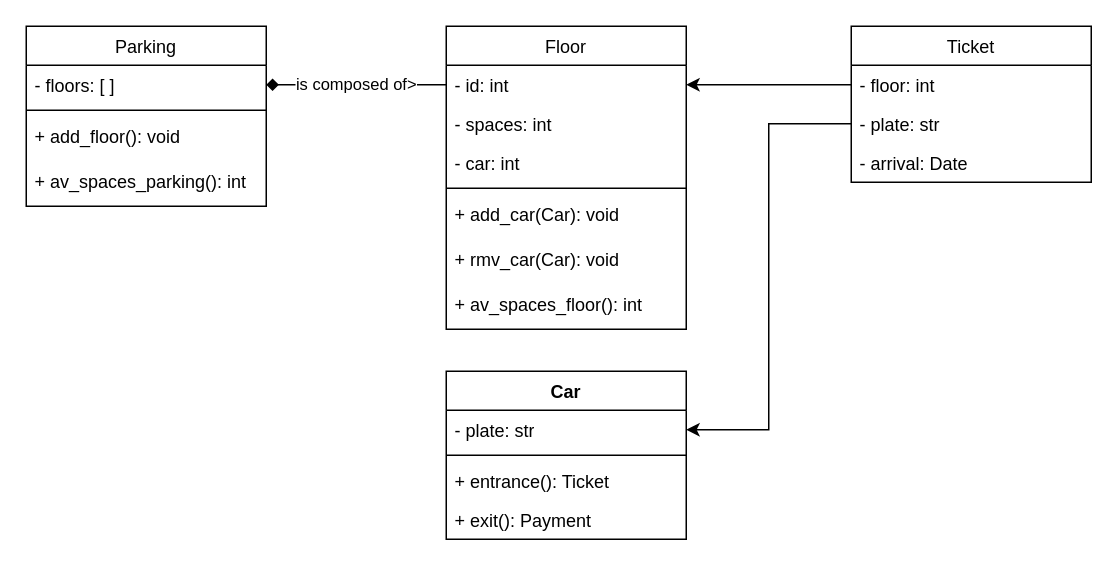
The draw.io diagram ParkEase.drawio in toruke/2tm1_ParkEase, before the edit. Source tidied: cells renumbered, new cells numbered last; positions are measured from the earlier drawing's top-left corner, leaving out a move shared by most shapes. Both pictures are drawn from the tidied source at 150%, with x=0, y=0 at pixel (26, 26).
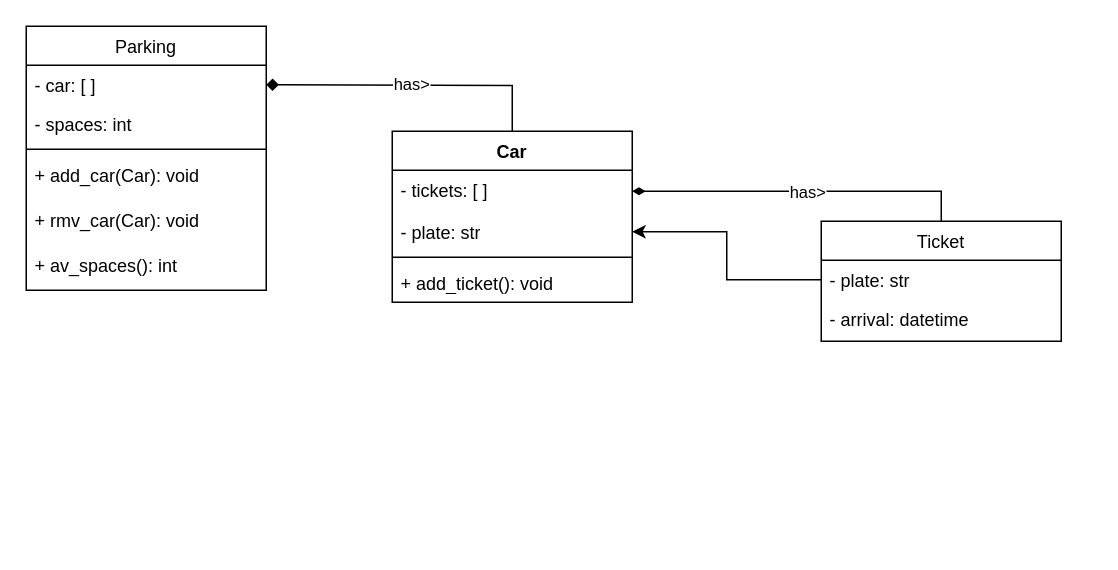
The same diagram, later.

Commit message:
UML mvp clement

Diff of the diagram source:
```diff
@@
     <mxCell id="2" value="Parking" style="swimlane;fontStyle=0;align=center;verticalAlign=top;horizontal=1;startSize=26;rounded=0;shadow=0;strokeWidth=1;" parent="1" vertex="1">
-      <mxGeometry width="160" height="120" as="geometry" />
+      <mxGeometry width="160" height="176" as="geometry" />
     </mxCell>
-    <mxCell id="3" value="- floors: [ ]" style="text;align=left;verticalAlign=top;spacingLeft=4;spacingRight=4;overflow=hidden;points=[[0,0.5],[1,0.5]];portConstraint=eastwest;" parent="2" vertex="1">
-      <mxGeometry y="26" width="160" height="26" as="geometry" />
-    </mxCell>
+    <mxCell id="10" value="- car: [ ]" style="text;align=left;verticalAlign=top;spacingLeft=4;spacingRight=4;overflow=hidden;" parent="2" vertex="1">
+      <mxGeometry y="26" width="160" height="26" as="geometry" />
+    </mxCell>
+    <mxCell id="9" value="- spaces: int" style="text;align=left;verticalAlign=top;spacingLeft=4;spacingRight=4;overflow=hidden;" parent="2" vertex="1">
+      <mxGeometry y="52" width="160" height="26" as="geometry" />
+    </mxCell>
     <mxCell id="4" style="line;html=1;strokeWidth=1;align=left;verticalAlign=middle;spacingTop=-1;spacingLeft=3;spacingRight=3;labelPosition=right;" parent="2" vertex="1">
-      <mxGeometry y="52" width="160" height="8" as="geometry" />
+      <mxGeometry y="78" width="160" height="8" as="geometry" />
     </mxCell>
-    <mxCell id="5" value="+ add_floor(): void" style="text;align=left;verticalAlign=top;spacingLeft=4;spacingRight=4;overflow=hidden;" parent="2" vertex="1">
-      <mxGeometry y="60" width="160" height="30" as="geometry" />
-    </mxCell>
-    <mxCell id="6" value="+ av_spaces_parking(): int" style="text;align=left;verticalAlign=top;spacingLeft=4;spacingRight=4;overflow=hidden;" parent="2" vertex="1">
-      <mxGeometry y="90" width="160" height="30" as="geometry" />
-    </mxCell>
-    <mxCell id="7" value="Floor" style="swimlane;fontStyle=0;align=center;verticalAlign=top;horizontal=1;startSize=26;rounded=0;shadow=0;strokeWidth=1;" parent="1" vertex="1">
-      <mxGeometry x="280" width="160" height="202" as="geometry" />
-    </mxCell>
-    <mxCell id="8" value="- id: int" style="text;align=left;verticalAlign=top;spacingLeft=4;spacingRight=4;overflow=hidden;points=[[0,0.5],[1,0.5]];portConstraint=eastwest;" parent="7" vertex="1">
-      <mxGeometry y="26" width="160" height="26" as="geometry" />
-    </mxCell>
-    <mxCell id="9" value="- spaces: int" style="text;align=left;verticalAlign=top;spacingLeft=4;spacingRight=4;overflow=hidden;" parent="7" vertex="1">
-      <mxGeometry y="52" width="160" height="26" as="geometry" />
-    </mxCell>
-    <mxCell id="10" value="- car: int" style="text;align=left;verticalAlign=top;spacingLeft=4;spacingRight=4;overflow=hidden;" parent="7" vertex="1">
-      <mxGeometry y="78" width="160" height="26" as="geometry" />
-    </mxCell>
-    <mxCell id="11" style="line;html=1;strokeWidth=1;align=left;verticalAlign=middle;spacingTop=-1;spacingLeft=3;spacingRight=3;labelPosition=right;" parent="7" vertex="1">
-      <mxGeometry y="104" width="160" height="8" as="geometry" />
-    </mxCell>
-    <mxCell id="12" value="+ add_car(Car): void" style="text;align=left;verticalAlign=top;spacingLeft=4;spacingRight=4;overflow=hidden;" parent="7" vertex="1">
-      <mxGeometry y="112" width="160" height="30" as="geometry" />
+    <mxCell id="12" value="+ add_car(Car): void" style="text;align=left;verticalAlign=top;spacingLeft=4;spacingRight=4;overflow=hidden;" parent="2" vertex="1">
+      <mxGeometry y="86" width="160" height="30" as="geometry" />
     </mxCell>
-    <mxCell id="13" value="+ rmv_car(Car): void" style="text;align=left;verticalAlign=top;spacingLeft=4;spacingRight=4;overflow=hidden;" parent="7" vertex="1">
-      <mxGeometry y="142" width="160" height="30" as="geometry" />
+    <mxCell id="13" value="+ rmv_car(Car): void" style="text;align=left;verticalAlign=top;spacingLeft=4;spacingRight=4;overflow=hidden;" parent="2" vertex="1">
+      <mxGeometry y="116" width="160" height="30" as="geometry" />
     </mxCell>
-    <mxCell id="14" value="+ av_spaces_floor(): int" style="text;align=left;verticalAlign=top;spacingLeft=4;spacingRight=4;overflow=hidden;" parent="7" vertex="1">
-      <mxGeometry y="172" width="160" height="30" as="geometry" />
-    </mxCell>
+    <mxCell id="6" value="+ av_spaces(): int" style="text;align=left;verticalAlign=top;spacingLeft=4;spacingRight=4;overflow=hidden;" parent="2" vertex="1">
+      <mxGeometry y="146" width="160" height="30" as="geometry" />
+    </mxCell>
     <mxCell id="15" value="Ticket" style="swimlane;fontStyle=0;align=center;verticalAlign=top;horizontal=1;startSize=26;rounded=0;shadow=0;strokeWidth=1;" parent="1" vertex="1">
-      <mxGeometry x="550" width="160" height="104" as="geometry" />
+      <mxGeometry x="530" y="130" width="160" height="80" as="geometry" />
     </mxCell>
-    <mxCell id="16" value="- floor: int" style="text;align=left;verticalAlign=top;spacingLeft=4;spacingRight=4;overflow=hidden;points=[[0,0.5],[1,0.5]];portConstraint=eastwest;" parent="15" vertex="1">
-      <mxGeometry y="26" width="160" height="26" as="geometry" />
-    </mxCell>
     <mxCell id="17" value="- plate: str" style="text;align=left;verticalAlign=top;spacingLeft=4;spacingRight=4;overflow=hidden;points=[[0,0.5],[1,0.5]];portConstraint=eastwest;" parent="15" vertex="1">
-      <mxGeometry y="52" width="160" height="26" as="geometry" />
+      <mxGeometry y="26" width="160" height="26" as="geometry" />
     </mxCell>
-    <mxCell id="18" value="- arrival: Date" style="text;align=left;verticalAlign=top;spacingLeft=4;spacingRight=4;overflow=hidden;" parent="15" vertex="1">
-      <mxGeometry y="78" width="160" height="26" as="geometry" />
+    <mxCell id="18" value="- arrival: datetime" style="text;align=left;verticalAlign=top;spacingLeft=4;spacingRight=4;overflow=hidden;" parent="15" vertex="1">
+      <mxGeometry y="52" width="160" height="26" as="geometry" />
     </mxCell>
-    <mxCell id="19" value="is composed of&amp;gt;" style="edgeStyle=orthogonalEdgeStyle;rounded=0;jettySize=auto;html=1;exitX=1;exitY=0.5;exitDx=0;exitDy=0;startArrow=diamond;startFill=1;endArrow=none;endFill=0;" parent="1" edge="1" source="3" target="8">
-      <mxGeometry relative="1" as="geometry" />
+    <mxCell id="19" value="has&amp;gt;" style="edgeStyle=orthogonalEdgeStyle;rounded=0;jettySize=auto;html=1;exitX=1;exitY=0.5;exitDx=0;exitDy=0;startArrow=diamond;startFill=1;endArrow=none;endFill=0;entryX=0.5;entryY=0;entryDx=0;entryDy=0;" parent="1" edge="1" target="20">
+      <mxGeometry relative="1" as="geometry">
+        <mxPoint x="160" y="39" as="sourcePoint" />
+      </mxGeometry>
     </mxCell>
     <mxCell id="20" value="Car" style="swimlane;fontStyle=1;align=center;verticalAlign=top;horizontal=1;startSize=26;whiteSpace=wrap;html=1;" parent="1" vertex="1">
-      <mxGeometry x="280" y="230" width="160" height="112" as="geometry" />
+      <mxGeometry x="244" y="70" width="160" height="114" as="geometry" />
     </mxCell>
+    <mxCell id="27" value="- tickets: [ ]" style="text;strokeColor=none;fillColor=none;align=left;verticalAlign=top;spacingLeft=4;spacingRight=4;overflow=hidden;points=[[0,0.5],[1,0.5]];portConstraint=eastwest;whiteSpace=wrap;html=1;" parent="20" vertex="1">
+      <mxGeometry y="26" width="160" height="28" as="geometry" />
+    </mxCell>
     <mxCell id="21" value="- plate: str" style="text;strokeColor=none;fillColor=none;align=left;verticalAlign=top;spacingLeft=4;spacingRight=4;overflow=hidden;points=[[0,0.5],[1,0.5]];portConstraint=eastwest;whiteSpace=wrap;html=1;" parent="20" vertex="1">
-      <mxGeometry y="26" width="160" height="26" as="geometry" />
+      <mxGeometry y="54" width="160" height="26" as="geometry" />
     </mxCell>
     <mxCell id="22" style="line;strokeWidth=1;fillColor=none;align=left;verticalAlign=middle;spacingTop=-1;spacingLeft=3;spacingRight=3;labelPosition=right;strokeColor=inherit;" parent="20" vertex="1">
-      <mxGeometry y="52" width="160" height="8" as="geometry" />
+      <mxGeometry y="80" width="160" height="8" as="geometry" />
     </mxCell>
-    <mxCell id="23" value="+ entrance(): Ticket" style="text;strokeColor=none;fillColor=none;align=left;verticalAlign=top;spacingLeft=4;spacingRight=4;overflow=hidden;whiteSpace=wrap;html=1;" parent="20" vertex="1">
-      <mxGeometry y="60" width="160" height="26" as="geometry" />
+    <mxCell id="23" value="+ add_ticket(): void" style="text;strokeColor=none;fillColor=none;align=left;verticalAlign=top;spacingLeft=4;spacingRight=4;overflow=hidden;whiteSpace=wrap;html=1;" parent="20" vertex="1">
+      <mxGeometry y="88" width="160" height="26" as="geometry" />
     </mxCell>
-    <mxCell id="24" value="+ exit(): Payment" style="text;strokeColor=none;fillColor=none;align=left;verticalAlign=top;spacingLeft=4;spacingRight=4;overflow=hidden;whiteSpace=wrap;html=1;" parent="20" vertex="1">
-      <mxGeometry y="86" width="160" height="26" as="geometry" />
-    </mxCell>
@@
-    <mxCell id="26" style="edgeStyle=orthogonalEdgeStyle;rounded=0;jettySize=auto;html=1;exitX=0;exitY=0.5;exitDx=0;exitDy=0;entryX=1;entryY=0.5;entryDx=0;entryDy=0;" parent="1" edge="1" source="16" target="8">
-      <mxGeometry relative="1" as="geometry" />
-    </mxCell>
+    <mxCell id="28" style="edgeStyle=orthogonalEdgeStyle;rounded=0;jettySize=auto;html=1;exitX=1;exitY=0.5;exitDx=0;exitDy=0;entryX=0.5;entryY=0;entryDx=0;entryDy=0;startArrow=diamondThin;startFill=1;endArrow=none;endFill=0;" parent="1" edge="1" source="27" target="15">
+      <mxGeometry relative="1" as="geometry" />
+    </mxCell>
+    <mxCell id="29" value="has&amp;gt;" style="edgeLabel;html=1;align=center;verticalAlign=middle;" parent="28" vertex="1">
+      <mxGeometry x="0.38" y="2" relative="1" as="geometry">
+        <mxPoint x="-40" y="2" as="offset" />
+      </mxGeometry>
+    </mxCell>
```
